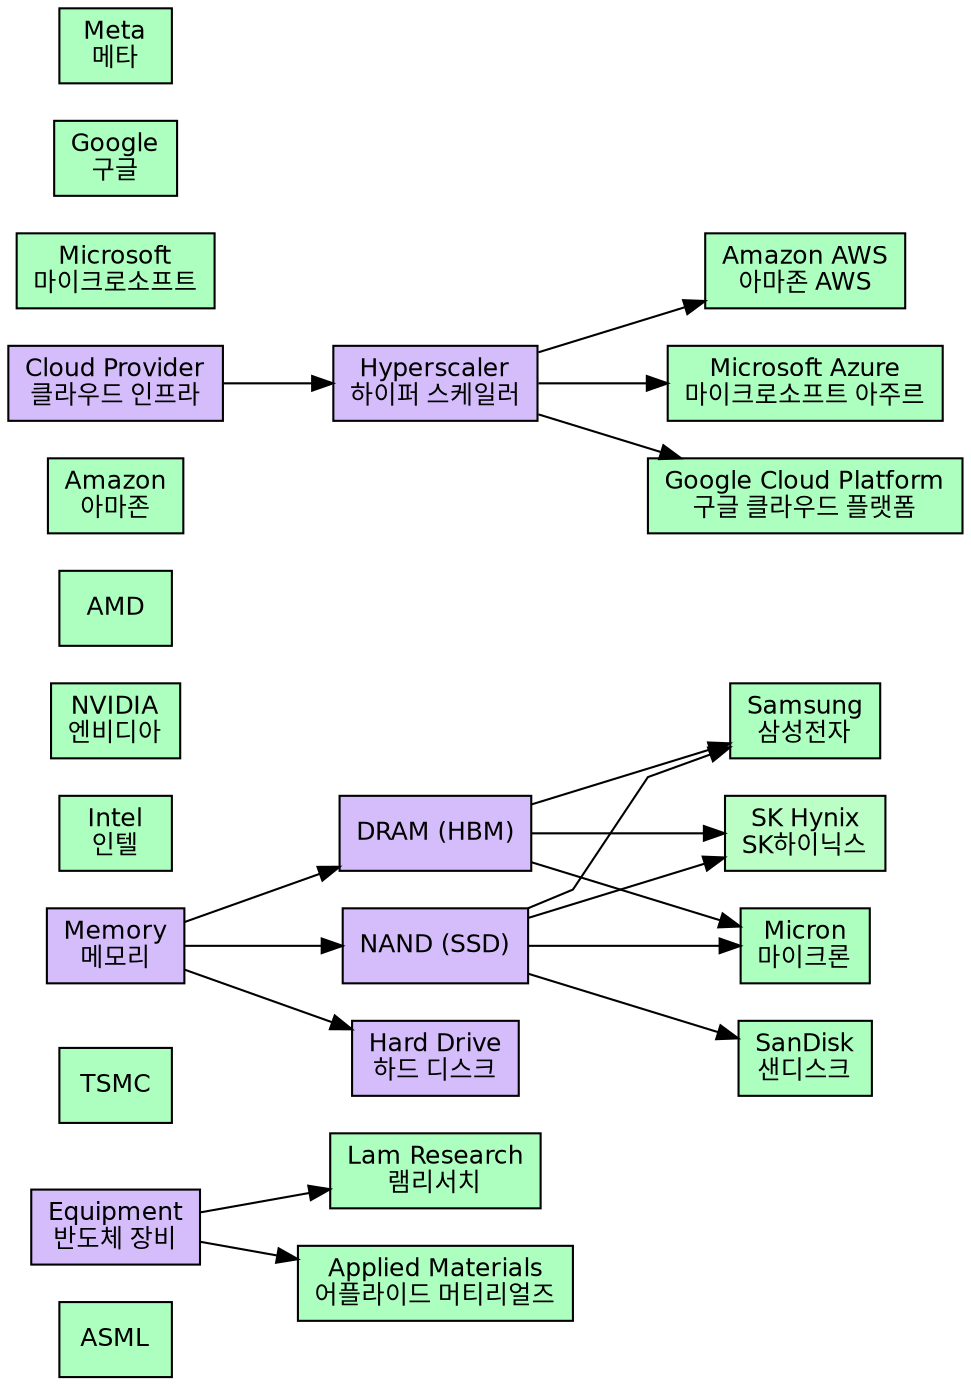
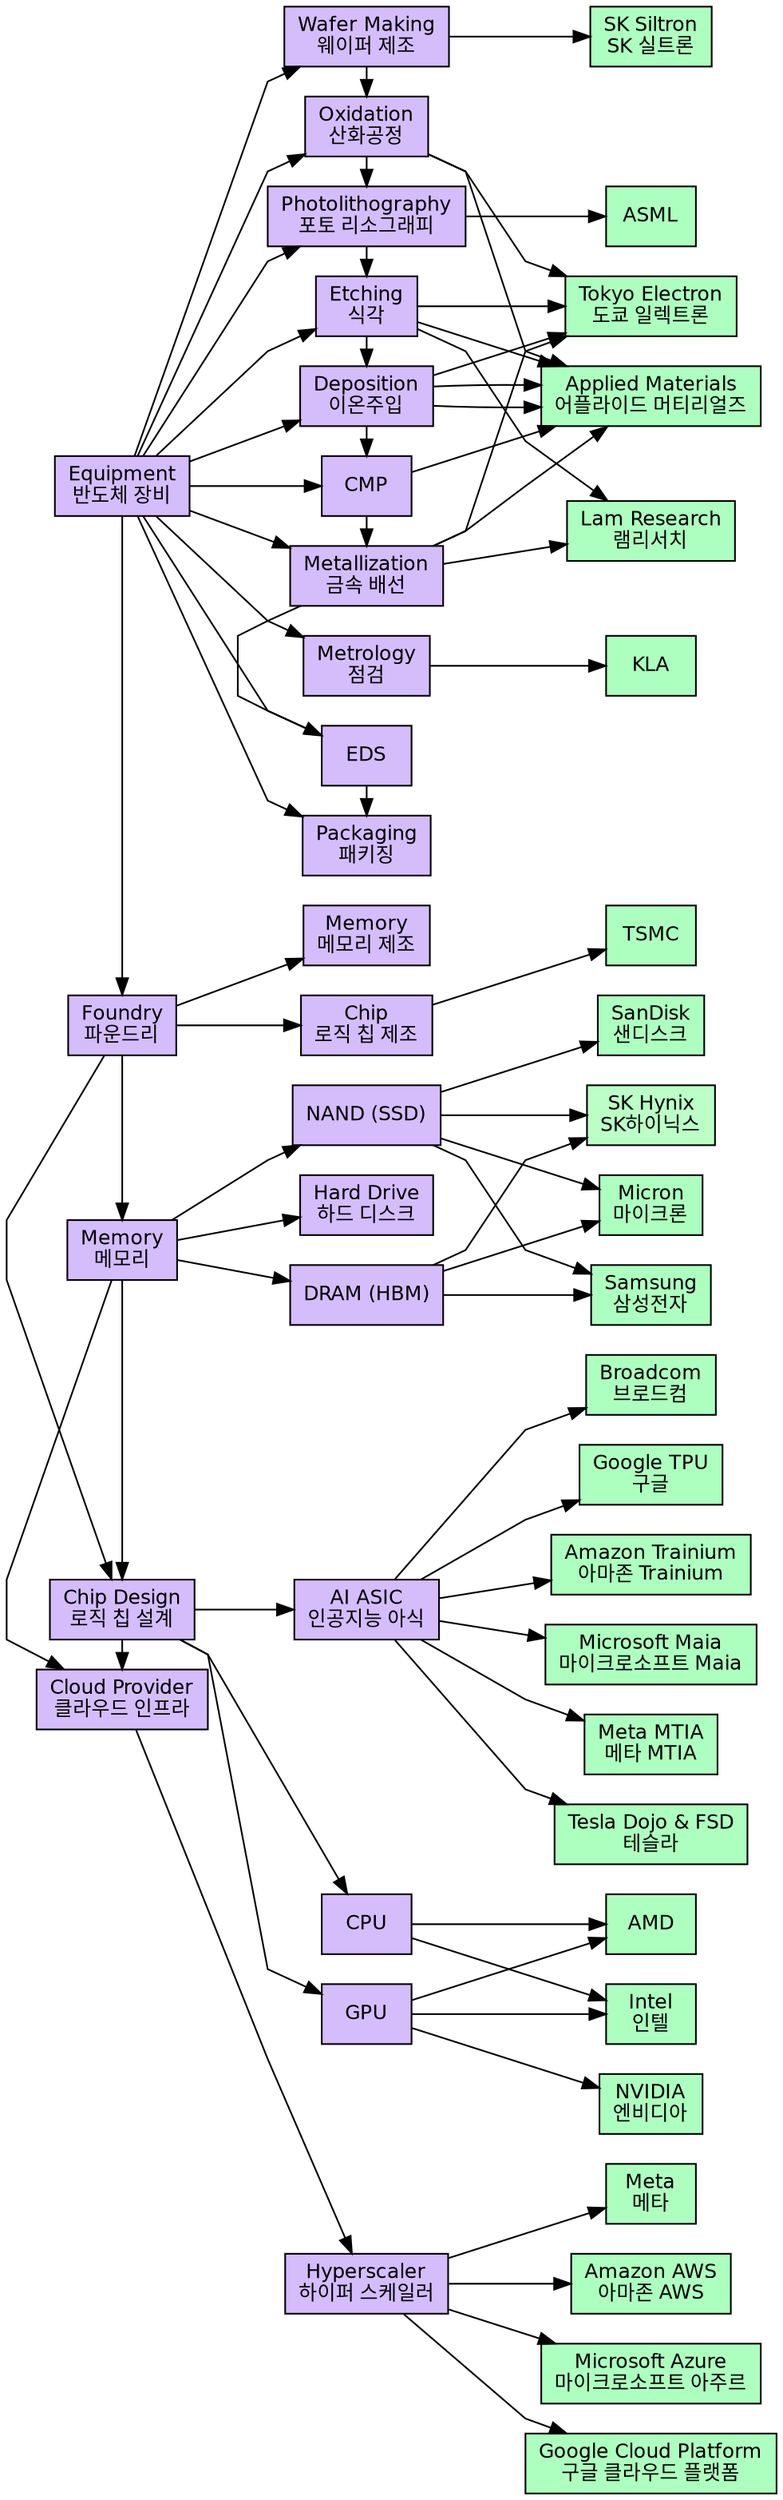
digraph call_graph {
    graph [rankdir=LR, splines=polyline, fontname="Helvetica"]
    node  [fontname="Helvetica", fontsize=12, style=filled]
    edge  [fontname="Helvetica", fontsize=10]

-     ASML  [label="ASML", shape=box, fillcolor="#adffbf", URL="https://finance.yahoo.com/quote/ASML/", target="_blank"]
-     LRCX  [label="Lam Research\n램리서치", shape=box, fillcolor="#adffbf", URL="https://finance.yahoo.com/quote/LRCX/", target="_blank"]
-     AMAT  [label="Applied Materials\n어플라이드 머티리얼즈", shape=box, fillcolor="#adffbf", URL="https://finance.yahoo.com/quote/META/", target="_blank"]
- 
    TSM  [label="TSMC", shape=box, fillcolor="#adffbf", URL="https://finance.yahoo.com/quote/TSM/", target="_blank"]

+     AWS  [label="Amazon AWS\n아마존 AWS", shape=box, fillcolor="#adffbf", URL="https://finance.yahoo.com/quote/AMZN/", target="_blank"]
+     Azure  [label="Microsoft Azure\n마이크로소프트 아주르", shape=box, fillcolor="#adffbf", URL="https://finance.yahoo.com/quote/MSFT/", target="_blank"]
+     GCP  [label="Google Cloud Platform\n구글 클라우드 플랫폼", shape=box, fillcolor="#adffbf", URL="https://finance.yahoo.com/quote/GOOGL/", target="_blank"]
+     META  [label="Meta\n메타", shape=box, fillcolor="#adffbf", URL="https://finance.yahoo.com/quote/META/", target="_blank"]
+ 
+ 
+     Cloud  [label="Cloud Provider\n클라우드 인프라", shape=box, fillcolor="#d5bdfc", target="_blank"]
+     Hyperscaler  [label="Hyperscaler\n하이퍼 스케일러", shape=box, fillcolor="#d5bdfc", target="_blank"]
+ 
+     Foundry  [label="Foundry\n파운드리", shape=box, fillcolor="#d5bdfc", target="_blank"]
+     LogicFoundry  [label="Chip\n로직 칩 제조", shape=box, fillcolor="#d5bdfc", target="_blank"]
+     MemoryFoundry  [label="Memory\n메모리 제조", shape=box, fillcolor="#d5bdfc", target="_blank"]
+ 
+     Memory  [label="Memory\n메모리", shape=box, fillcolor="#d5bdfc", target="_blank"]
+     DRAM  [label="DRAM (HBM)", shape=box, fillcolor="#d5bdfc", target="_blank"]
+     NAND  [label="NAND (SSD)", shape=box, fillcolor="#d5bdfc", target="_blank"]
+     HDD  [label="Hard Drive\n하드 디스크", shape=box, fillcolor="#d5bdfc", target="_blank"]
    Samsung [label="Samsung\n삼성전자", shape=box, fillcolor="#adffbf", URL="https://finance.yahoo.com/quote/005930.KS/", target="_blank"]
    SKHynix  [label="SK Hynix\nSK하이닉스", shape=box, fillcolor="#bbffc7", URL="https://finance.yahoo.com/quote/000660.KS/", target="_blank"]
    MU  [label="Micron\n마이크론", shape=box, fillcolor="#adffbf", URL="https://finance.yahoo.com/quote/MU/", target="_blank"]
    SNDK  [label="SanDisk\n샌디스크", shape=box, fillcolor="#adffbf", URL="https://finance.yahoo.com/quote/SNDK/", target="_blank"]
- 
-     INTC  [label="Intel\n인텔", shape=box, fillcolor="#adffbf", URL="https://finance.yahoo.com/quote/INTC/", target="_blank"]
-     NVDA  [label="NVIDIA\n엔비디아", shape=box, fillcolor="#adffbf", URL="https://finance.yahoo.com/quote/NVDA/", target="_blank"]
-     AMD  [label="AMD", shape=box, fillcolor="#adffbf", URL="https://finance.yahoo.com/quote/AMD/", target="_blank"]
- 
-     AMZN  [label="Amazon\n아마존", shape=box, fillcolor="#adffbf", URL="https://finance.yahoo.com/quote/AMZN/", target="_blank"]
-     AWS  [label="Amazon AWS\n아마존 AWS", shape=box, fillcolor="#adffbf", URL="https://finance.yahoo.com/quote/AMZN/", target="_blank"]
-     MSFT  [label="Microsoft\n마이크로소프트", shape=box, fillcolor="#adffbf", URL="https://finance.yahoo.com/quote/MSFT/", target="_blank"]
-     Azure  [label="Microsoft Azure\n마이크로소프트 아주르", shape=box, fillcolor="#adffbf", URL="https://finance.yahoo.com/quote/MSFT/", target="_blank"]
-     GOOGL  [label="Google\n구글", shape=box, fillcolor="#adffbf", URL="https://finance.yahoo.com/quote/GOOGL/", target="_blank"]
-     GCP  [label="Google Cloud Platform\n구글 클라우드 플랫폼", shape=box, fillcolor="#adffbf", URL="https://finance.yahoo.com/quote/GOOGL/", target="_blank"]
-     META  [label="Meta\n메타", shape=box, fillcolor="#adffbf", URL="https://finance.yahoo.com/quote/META/", target="_blank"]
- 
-     Equipment  [label="Equipment\n반도체 장비", shape=box, fillcolor="#d5bdfc", target="_blank"]
-     Hyperscaler  [label="Hyperscaler\n하이퍼 스케일러", shape=box, fillcolor="#d5bdfc", target="_blank"]
-     Cloud  [label="Cloud Provider\n클라우드 인프라", shape=box, fillcolor="#d5bdfc", target="_blank"]

    Memory  [label="Memory\n메모리", shape=box, fillcolor="#d5bdfc", target="_blank"]
    DRAM  [label="DRAM (HBM)", shape=box, fillcolor="#d5bdfc", target="_blank"]
    NAND  [label="NAND (SSD)", shape=box, fillcolor="#d5bdfc", target="_blank"]
    HDD  [label="Hard Drive\n하드 디스크", shape=box, fillcolor="#d5bdfc", target="_blank"]

-     Equipment -> LRCX
-     Equipment -> AMAT
+     Chip  [label="Chip Design\n로직 칩 설계", shape=box, fillcolor="#d5bdfc", target="_blank"]
+     GPU  [label="GPU", shape=box, fillcolor="#d5bdfc", target="_blank"]
+     CPU  [label="CPU", shape=box, fillcolor="#d5bdfc", target="_blank"]
+     AI_ASIC  [label="AI ASIC\n인공지능 아식", shape=box, fillcolor="#d5bdfc", target="_blank"]

-     Cloud -> Hyperscaler
-     Hyperscaler -> AWS
-     Hyperscaler -> Azure
-     Hyperscaler -> GCP
+     Chip -> GPU
+     Chip -> CPU
+     Chip -> AI_ASIC
+     GPU -> NVDA
+     GPU -> AMD
+     GPU -> INTC
+     CPU -> INTC
+     CPU -> AMD
+     AI_ASIC -> AVGO
+     AI_ASIC -> GOOGL_TPU
+     AI_ASIC -> Trainium
+     AI_ASIC -> Maia
+     AI_ASIC -> MTIA
+     AI_ASIC -> Dojo
+ 
+     NVDA  [label="NVIDIA\n엔비디아", shape=box, fillcolor="#adffbf", URL="https://finance.yahoo.com/quote/NVDA/", target="_blank"]
+     AMD  [label="AMD", shape=box, fillcolor="#adffbf", URL="https://finance.yahoo.com/quote/AMD/", target="_blank"]
+     INTC  [label="Intel\n인텔", shape=box, fillcolor="#adffbf", URL="https://finance.yahoo.com/quote/INTC/", target="_blank"]
+     AVGO  [label="Broadcom\n브로드컴", shape=box, fillcolor="#adffbf", URL="https://finance.yahoo.com/quote/INTC/", target="_blank"]
+     GOOGL_TPU  [label="Google TPU\n구글", shape=box, fillcolor="#adffbf", URL="https://finance.yahoo.com/quote/INTC/", target="_blank"]
+     Trainium [label="Amazon Trainium\n아마존 Trainium", shape=box, fillcolor="#adffbf", URL="https://finance.yahoo.com/quote/INTC/", target="_blank"]
+     Maia [label="Microsoft Maia\n마이크로소프트 Maia", shape=box, fillcolor="#adffbf", URL="https://finance.yahoo.com/quote/INTC/", target="_blank"]
+     MTIA [label="Meta MTIA\n메타 MTIA", shape=box, fillcolor="#adffbf", URL="https://finance.yahoo.com/quote/INTC/", target="_blank"]
+     Dojo [label="Tesla Dojo & FSD\n테슬라", shape=box, fillcolor="#adffbf", URL="https://finance.yahoo.com/quote/INTC/", target="_blank"]
+ 
+     Equipment  [label="Equipment\n반도체 장비", shape=box, fillcolor="#d5bdfc", target="_blank"]
+     Wafer  [label="Wafer Making\n웨이퍼 제조", shape=box, fillcolor="#d5bdfc", target="_blank"]
+     Oxidation  [label="Oxidation\n산화공정", shape=box, fillcolor="#d5bdfc", target="_blank"]
+     Lithography  [label="Photolithography\n포토 리소그래피", shape=box, fillcolor="#d5bdfc", target="_blank"]
+     Etching  [label="Etching\n식각", shape=box, fillcolor="#d5bdfc", target="_blank"]
+     Deposition  [label="Deposition\n이온주입", shape=box, fillcolor="#d5bdfc", target="_blank"]
+     CMP  [label="CMP", shape=box, fillcolor="#d5bdfc", target="_blank"]
+     Metallization  [label="Metallization\n금속 배선", shape=box, fillcolor="#d5bdfc", target="_blank"]
+     EDS [label="EDS", shape=box, fillcolor="#d5bdfc", target="_blank"]
+     Packaging  [label="Packaging\n패키징", shape=box, fillcolor="#d5bdfc", target="_blank"]
+     Metrology  [label="Metrology\n점검", shape=box, fillcolor="#d5bdfc", target="_blank"]
+ 
+     SK_Siltron  [label="SK Siltron\nSK 실트론", shape=box, fillcolor="#adffbf", target="_blank"]
+     TEL [label="Tokyo Electron\n도쿄 일렉트론", shape=box, fillcolor="#adffbf", target="_blank"]
+     AMAT  [label="Applied Materials\n어플라이드 머티리얼즈", shape=box, fillcolor="#adffbf", URL="https://finance.yahoo.com/quote/META/", target="_blank"]
+     LRCX  [label="Lam Research\n램리서치", shape=box, fillcolor="#adffbf", URL="https://finance.yahoo.com/quote/LRCX/", target="_blank"]
+     ASML  [label="ASML", shape=box, fillcolor="#adffbf", URL="https://finance.yahoo.com/quote/ASML/", target="_blank"]
+     KLAC [label="KLA", shape=box, fillcolor="#adffbf", URL="https://finance.yahoo.com/quote/LRCX/", target="_blank"]
+ 
+     Equipment -> Wafer
+     Equipment -> Oxidation
+     Equipment -> Lithography
+     Equipment -> Etching
+     Equipment -> Deposition
+     Equipment -> CMP
+     Equipment -> Metallization
+     Equipment -> EDS
+     Equipment -> Packaging
+     Equipment -> Metrology
+     subgraph {
+         rank=same
+         Wafer
+         Oxidation
+         Lithography
+         Etching
+         Deposition
+         CMP
+         Metallization
+         EDS
+         Packaging
+     }
+     Wafer -> Oxidation -> Lithography -> Etching -> Deposition -> CMP -> Metallization -> EDS -> Packaging
+     Wafer -> SK_Siltron
+     Oxidation -> TEL
+     Oxidation -> AMAT
+     Lithography -> ASML
+     Etching -> LRCX
+     Etching -> AMAT
+     Etching -> TEL
+     Deposition -> AMAT
+     Deposition -> AMAT
+     Deposition -> TEL
+     CMP -> AMAT
+     Metallization -> AMAT
+     Metallization -> LRCX
+     Metallization -> TEL
+     Metrology -> KLAC
+ 
+     Foundry -> LogicFoundry
+     Foundry -> MemoryFoundry
+     LogicFoundry -> TSM

    Memory -> DRAM
    Memory -> NAND
    Memory -> HDD
    DRAM -> SKHynix
    DRAM -> Samsung
    DRAM -> MU
    NAND -> SKHynix
    NAND -> Samsung
    NAND -> MU
    NAND -> SNDK


+     Cloud -> Hyperscaler
+     Hyperscaler -> AWS
+     Hyperscaler -> Azure
+     Hyperscaler -> GCP
+     Hyperscaler -> META
+ 
+     subgraph {
+         rank=same
+         Equipment
+         Foundry
+         Memory
+         Chip
+         Cloud
+     }
+ 
+     Equipment -> Foundry
+     Foundry -> Chip
+     Foundry -> Memory
+     Memory -> Chip
+     Memory -> Cloud
+     Chip -> Cloud
+ 
+ 
}